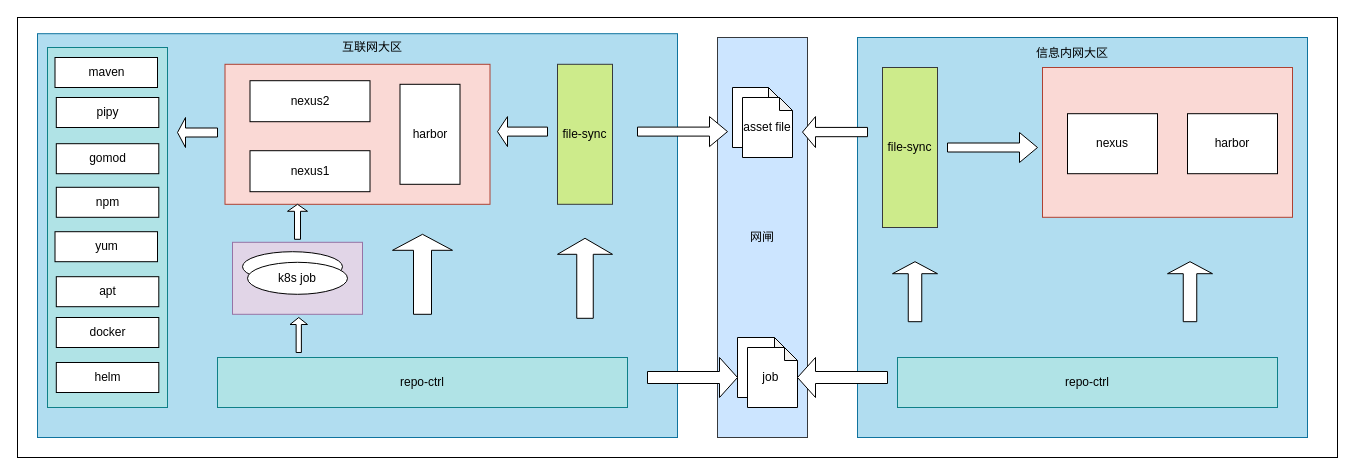
Above: page "第 12 页" (11 of 12) of ProductRepository.drawio in zzl-code/drawImg (draw.io), before the change. Source tidied: cells renumbered, new cells numbered last; positions are measured from the earlier drawing's top-left corner, leaving out a move shared by most shapes. Both pictures are drawn from the tidied source at 100%, with x=0, y=0 at pixel (17, 17).
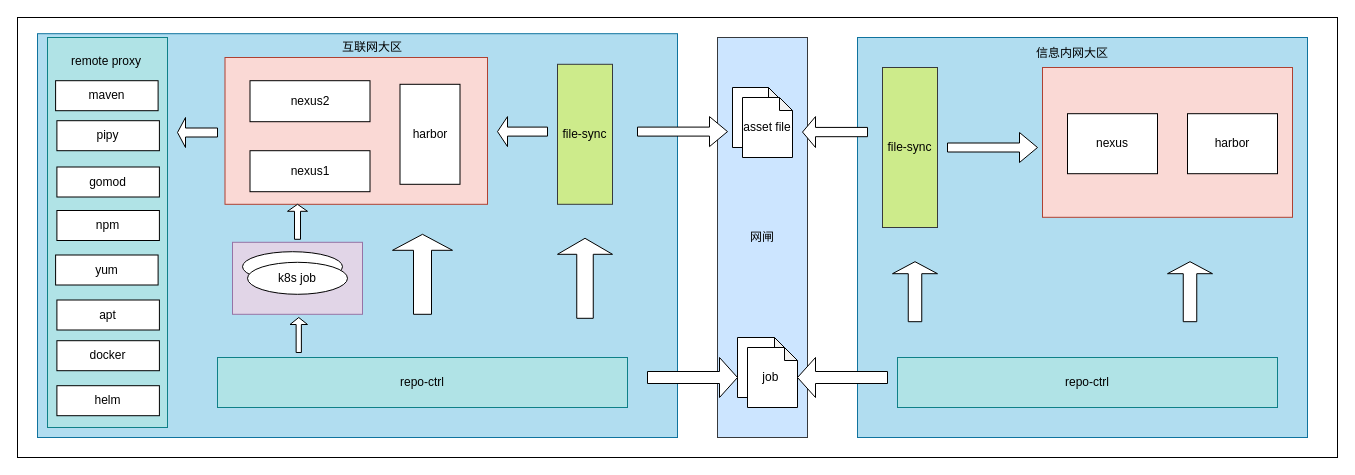
The same diagram, later.

Diff of the diagram source:
```diff
@@
     <mxCell id="16" style="rounded=0;whiteSpace=wrap;html=1;fillColor=#b0e3e6;strokeColor=#0e8088;" parent="1" vertex="1">
-      <mxGeometry x="30" y="30" width="120" height="360" as="geometry" />
+      <mxGeometry x="30" y="20" width="120" height="390" as="geometry" />
     </mxCell>
     <mxCell id="17" value="maven" style="rounded=0;whiteSpace=wrap;html=1;" parent="1" vertex="1">
-      <mxGeometry x="37.5" y="40" width="102.5" height="30" as="geometry" />
+      <mxGeometry x="38.1" y="63.2" width="102.5" height="30" as="geometry" />
     </mxCell>
     <mxCell id="18" style="rounded=0;whiteSpace=wrap;html=1;fillColor=#fad9d5;strokeColor=#ae4132;" parent="1" vertex="1">
-      <mxGeometry x="207.5" y="46.8" width="265" height="140" as="geometry" />
+      <mxGeometry x="207.5" y="40" width="262.5" height="146.8" as="geometry" />
     </mxCell>
@@
     <mxCell id="39" value="pipy" style="rounded=0;whiteSpace=wrap;html=1;" parent="1" vertex="1">
-      <mxGeometry x="38.8" y="80" width="102.5" height="30" as="geometry" />
+      <mxGeometry x="39.4" y="103.2" width="102.5" height="30" as="geometry" />
     </mxCell>
     <mxCell id="40" value="gomod" style="rounded=0;whiteSpace=wrap;html=1;" parent="1" vertex="1">
-      <mxGeometry x="38.8" y="126.2" width="102.5" height="30" as="geometry" />
+      <mxGeometry x="39.4" y="149.5" width="102.5" height="30" as="geometry" />
     </mxCell>
     <mxCell id="41" value="npm" style="rounded=0;whiteSpace=wrap;html=1;" parent="1" vertex="1">
-      <mxGeometry x="38.8" y="169.8" width="102.5" height="30" as="geometry" />
+      <mxGeometry x="39.4" y="193" width="102.5" height="30" as="geometry" />
     </mxCell>
     <mxCell id="42" value="yum" style="rounded=0;whiteSpace=wrap;html=1;" parent="1" vertex="1">
-      <mxGeometry x="37.5" y="214.2" width="102.5" height="30" as="geometry" />
+      <mxGeometry x="38.1" y="237.5" width="102.5" height="30" as="geometry" />
     </mxCell>
     <mxCell id="43" value="apt" style="rounded=0;whiteSpace=wrap;html=1;" parent="1" vertex="1">
-      <mxGeometry x="38.8" y="259.2" width="102.5" height="30" as="geometry" />
+      <mxGeometry x="39.4" y="282.5" width="102.5" height="30" as="geometry" />
     </mxCell>
     <mxCell id="44" value="docker" style="rounded=0;whiteSpace=wrap;html=1;" parent="1" vertex="1">
-      <mxGeometry x="38.8" y="300" width="102.5" height="30" as="geometry" />
+      <mxGeometry x="39.4" y="323.2" width="102.5" height="30" as="geometry" />
     </mxCell>
     <mxCell id="45" value="helm" style="rounded=0;whiteSpace=wrap;html=1;" parent="1" vertex="1">
-      <mxGeometry x="38.8" y="345" width="102.5" height="30" as="geometry" />
+      <mxGeometry x="39.4" y="368.2" width="102.5" height="30" as="geometry" />
     </mxCell>
@@
+    <mxCell id="48" value="remote proxy" style="text;html=1;strokeColor=none;fillColor=none;align=center;verticalAlign=middle;whiteSpace=wrap;rounded=0;" parent="1" vertex="1">
+      <mxGeometry x="44.4" y="30" width="90" height="28" as="geometry" />
+    </mxCell>
```
